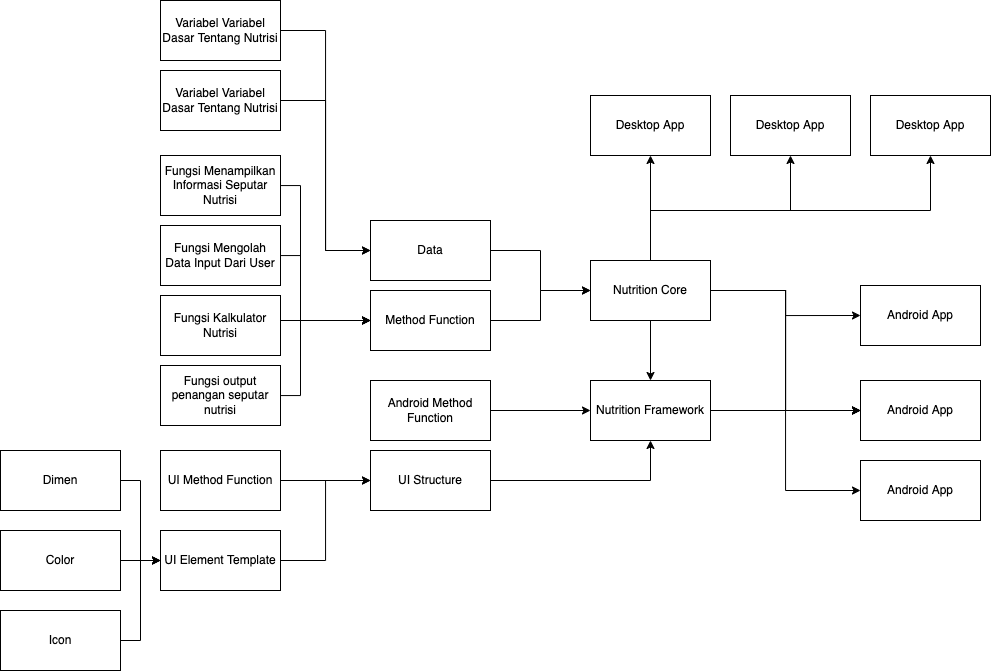
Before: docs/image/skeleton-component.png, a diagram exported from draw.io (amirisback/nutrition-framework). Source tidied: cells renumbered, new cells last; positions are measured from the earlier drawing's top-left corner, leaving out a move shared by most shapes.
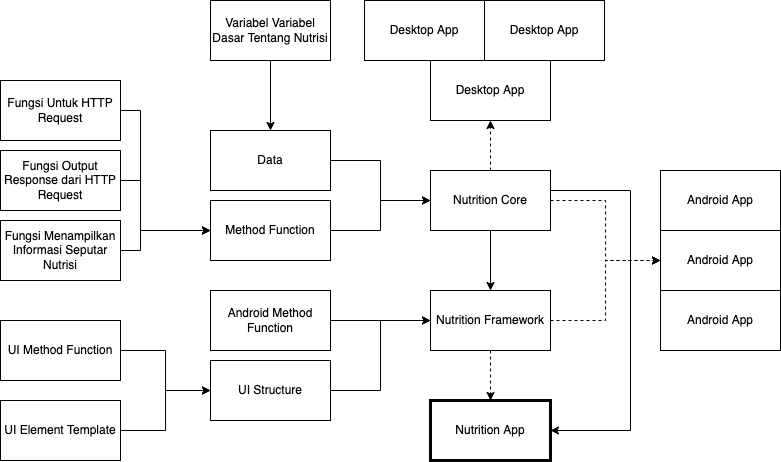
The same diagram one commit later.

Commit message:
update: structure sistem

Change to the diagram source:
```diff
@@ -5,69 +5,58 @@
     <mxCell id="2" style="edgeStyle=orthogonalEdgeStyle;rounded=0;jettySize=auto;html=1;" parent="1" edge="1" source="10" target="13">
       <mxGeometry relative="1" as="geometry" />
     </mxCell>
-    <mxCell id="3" style="edgeStyle=orthogonalEdgeStyle;rounded=0;jettySize=auto;html=1;entryX=0;entryY=0.5;entryDx=0;entryDy=0;" parent="1" edge="1" source="10" target="14">
-      <mxGeometry relative="1" as="geometry" />
-    </mxCell>
-    <mxCell id="4" style="edgeStyle=orthogonalEdgeStyle;rounded=0;jettySize=auto;html=1;entryX=0;entryY=0.5;entryDx=0;entryDy=0;" parent="1" edge="1" source="10" target="15">
-      <mxGeometry relative="1" as="geometry" />
-    </mxCell>
-    <mxCell id="5" style="edgeStyle=orthogonalEdgeStyle;rounded=0;jettySize=auto;html=1;entryX=0;entryY=0.5;entryDx=0;entryDy=0;" parent="1" edge="1" source="10" target="15">
-      <mxGeometry relative="1" as="geometry" />
-    </mxCell>
-    <mxCell id="6" style="edgeStyle=orthogonalEdgeStyle;rounded=0;jettySize=auto;html=1;entryX=0;entryY=0.5;entryDx=0;entryDy=0;" parent="1" edge="1" source="10" target="15">
-      <mxGeometry relative="1" as="geometry" />
-    </mxCell>
-    <mxCell id="7" style="edgeStyle=orthogonalEdgeStyle;rounded=0;jettySize=auto;html=1;entryX=0.5;entryY=1;entryDx=0;entryDy=0;" parent="1" edge="1" source="10" target="17">
-      <mxGeometry relative="1" as="geometry" />
-    </mxCell>
+    <mxCell id="51" style="edgeStyle=orthogonalEdgeStyle;rounded=0;jettySize=auto;html=1;entryX=0;entryY=0.5;entryDx=0;entryDy=0;dashed=1;" parent="1" edge="1" source="10" target="15">
+      <mxGeometry relative="1" as="geometry" />
+    </mxCell>
-    <mxCell id="8" style="edgeStyle=orthogonalEdgeStyle;rounded=0;jettySize=auto;html=1;entryX=0.5;entryY=1;entryDx=0;entryDy=0;" parent="1" edge="1" source="10" target="18">
-      <mxGeometry relative="1" as="geometry">
-        <Array as="points">
-          <mxPoint x="650" y="210" />
-          <mxPoint x="790" y="210" />
-        </Array>
-      </mxGeometry>
+    <mxCell id="8" style="edgeStyle=orthogonalEdgeStyle;rounded=0;jettySize=auto;html=1;entryX=0.5;entryY=1;entryDx=0;entryDy=0;dashed=1;" parent="1" edge="1" source="10" target="18">
+      <mxGeometry relative="1" as="geometry" />
     </mxCell>
-    <mxCell id="9" style="edgeStyle=orthogonalEdgeStyle;rounded=0;jettySize=auto;html=1;entryX=0.5;entryY=1;entryDx=0;entryDy=0;" parent="1" edge="1" source="10" target="19">
-      <mxGeometry relative="1" as="geometry">
-        <Array as="points">
-          <mxPoint x="650" y="210" />
-          <mxPoint x="930" y="210" />
-        </Array>
-      </mxGeometry>
-    </mxCell>
+    <mxCell id="52" style="edgeStyle=orthogonalEdgeStyle;rounded=0;jettySize=auto;html=1;entryX=1;entryY=0.5;entryDx=0;entryDy=0;exitX=1;exitY=0.25;exitDx=0;exitDy=0;" parent="1" edge="1" source="10" target="54">
+      <mxGeometry relative="1" as="geometry">
+        <Array as="points">
+          <mxPoint x="710" y="280" />
+          <mxPoint x="790" y="280" />
+          <mxPoint x="790" y="520" />
+        </Array>
+      </mxGeometry>
+    </mxCell>
-    <mxCell id="10" value="Nutrition Core" style="rounded=0;whiteSpace=wrap;html=1;" parent="1" vertex="1">
+    <mxCell id="10" value="Nutrition Core" style="rounded=0;whiteSpace=wrap;html=1;strokeWidth=1;" parent="1" vertex="1">
       <mxGeometry x="590" y="260" width="120" height="60" as="geometry" />
     </mxCell>
-    <mxCell id="11" style="edgeStyle=orthogonalEdgeStyle;rounded=0;jettySize=auto;html=1;entryX=0;entryY=0.5;entryDx=0;entryDy=0;" parent="1" edge="1" source="13" target="15">
+    <mxCell id="11" style="edgeStyle=orthogonalEdgeStyle;rounded=0;jettySize=auto;html=1;entryX=0;entryY=0.5;entryDx=0;entryDy=0;dashed=1;" parent="1" edge="1" source="13" target="15">
       <mxGeometry relative="1" as="geometry" />
     </mxCell>
-    <mxCell id="12" style="edgeStyle=orthogonalEdgeStyle;rounded=0;jettySize=auto;html=1;entryX=0;entryY=0.5;entryDx=0;entryDy=0;" parent="1" edge="1" source="13" target="16">
-      <mxGeometry relative="1" as="geometry" />
-    </mxCell>
+    <mxCell id="53" style="edgeStyle=orthogonalEdgeStyle;rounded=0;jettySize=auto;html=1;dashed=1;" parent="1" edge="1" source="13" target="54">
+      <mxGeometry relative="1" as="geometry" />
+    </mxCell>
     <mxCell id="13" value="Nutrition Framework" style="rounded=0;whiteSpace=wrap;html=1;" parent="1" vertex="1">
       <mxGeometry x="590" y="380" width="120" height="60" as="geometry" />
     </mxCell>
     <mxCell id="14" value="Android App" style="rounded=0;whiteSpace=wrap;html=1;" parent="1" vertex="1">
-      <mxGeometry x="860" y="285" width="120" height="60" as="geometry" />
+      <mxGeometry x="820" y="260" width="120" height="60" as="geometry" />
     </mxCell>
     <mxCell id="15" value="Android App" style="rounded=0;whiteSpace=wrap;html=1;" parent="1" vertex="1">
-      <mxGeometry x="860" y="380" width="120" height="60" as="geometry" />
+      <mxGeometry x="820" y="320" width="120" height="60" as="geometry" />
     </mxCell>
     <mxCell id="16" value="Android App" style="rounded=0;whiteSpace=wrap;html=1;" parent="1" vertex="1">
-      <mxGeometry x="860" y="460" width="120" height="60" as="geometry" />
+      <mxGeometry x="820" y="380" width="120" height="60" as="geometry" />
     </mxCell>
     <mxCell id="17" value="Desktop App" style="rounded=0;whiteSpace=wrap;html=1;" parent="1" vertex="1">
-      <mxGeometry x="590" y="95" width="120" height="60" as="geometry" />
+      <mxGeometry x="524" y="90" width="120" height="60" as="geometry" />
     </mxCell>
     <mxCell id="18" value="Desktop App" style="rounded=0;whiteSpace=wrap;html=1;" parent="1" vertex="1">
-      <mxGeometry x="730" y="95" width="120" height="60" as="geometry" />
+      <mxGeometry x="590" y="150" width="120" height="60" as="geometry" />
     </mxCell>
     <mxCell id="19" value="Desktop App" style="rounded=0;whiteSpace=wrap;html=1;" parent="1" vertex="1">
-      <mxGeometry x="870" y="95" width="120" height="60" as="geometry" />
+      <mxGeometry x="644" y="90" width="120" height="60" as="geometry" />
     </mxCell>
     <mxCell id="20" style="edgeStyle=orthogonalEdgeStyle;rounded=0;jettySize=auto;html=1;" parent="1" edge="1" source="21" target="13">
-      <mxGeometry relative="1" as="geometry" />
+      <mxGeometry relative="1" as="geometry">
+        <Array as="points">
+          <mxPoint x="540" y="480" />
+          <mxPoint x="540" y="410" />
+        </Array>
+      </mxGeometry>
     </mxCell>
     <mxCell id="21" value="UI Structure" style="rounded=0;whiteSpace=wrap;html=1;" parent="1" vertex="1">
       <mxGeometry x="370" y="450" width="120" height="60" as="geometry" />
@@ -90,94 +79,62 @@
     <mxCell id="27" value="Android Method Function" style="rounded=0;whiteSpace=wrap;html=1;" parent="1" vertex="1">
       <mxGeometry x="370" y="380" width="120" height="60" as="geometry" />
     </mxCell>
-    <mxCell id="28" style="edgeStyle=orthogonalEdgeStyle;rounded=0;jettySize=auto;html=1;entryX=0;entryY=0.5;entryDx=0;entryDy=0;" parent="1" edge="1" source="29" target="23">
+    <mxCell id="28" style="edgeStyle=orthogonalEdgeStyle;rounded=0;jettySize=auto;html=1;entryX=0.5;entryY=0;entryDx=0;entryDy=0;" parent="1" edge="1" source="29" target="23">
       <mxGeometry relative="1" as="geometry" />
     </mxCell>
     <mxCell id="29" value="Variabel Variabel Dasar Tentang Nutrisi" style="rounded=0;whiteSpace=wrap;html=1;" parent="1" vertex="1">
-      <mxGeometry x="160" width="120" height="60" as="geometry" />
+      <mxGeometry x="370" y="90" width="120" height="60" as="geometry" />
     </mxCell>
-    <mxCell id="30" style="edgeStyle=orthogonalEdgeStyle;rounded=0;jettySize=auto;html=1;entryX=0;entryY=0.5;entryDx=0;entryDy=0;" parent="1" edge="1" source="31" target="23">
-      <mxGeometry relative="1" as="geometry" />
-    </mxCell>
-    <mxCell id="31" value="Variabel Variabel Dasar Tentang Nutrisi" style="rounded=0;whiteSpace=wrap;html=1;" parent="1" vertex="1">
-      <mxGeometry x="160" y="70" width="120" height="60" as="geometry" />
-    </mxCell>
     <mxCell id="32" style="edgeStyle=orthogonalEdgeStyle;rounded=0;jettySize=auto;html=1;entryX=0;entryY=0.5;entryDx=0;entryDy=0;" parent="1" edge="1" source="33" target="21">
       <mxGeometry relative="1" as="geometry" />
     </mxCell>
     <mxCell id="33" value="UI Method Function" style="rounded=0;whiteSpace=wrap;html=1;" parent="1" vertex="1">
-      <mxGeometry x="160" y="450" width="120" height="60" as="geometry" />
+      <mxGeometry x="160" y="410" width="120" height="60" as="geometry" />
     </mxCell>
     <mxCell id="34" style="edgeStyle=orthogonalEdgeStyle;rounded=0;jettySize=auto;html=1;entryX=0;entryY=0.5;entryDx=0;entryDy=0;" parent="1" edge="1" source="35" target="21">
       <mxGeometry relative="1" as="geometry" />
     </mxCell>
     <mxCell id="35" value="UI Element Template" style="rounded=0;whiteSpace=wrap;html=1;" parent="1" vertex="1">
-      <mxGeometry x="160" y="530" width="120" height="60" as="geometry" />
+      <mxGeometry x="160" y="490" width="120" height="60" as="geometry" />
     </mxCell>
     <mxCell id="36" style="edgeStyle=orthogonalEdgeStyle;rounded=0;jettySize=auto;html=1;entryX=0;entryY=0.5;entryDx=0;entryDy=0;" parent="1" edge="1" source="37" target="25">
       <mxGeometry relative="1" as="geometry">
         <Array as="points">
-          <mxPoint x="300" y="185" />
+          <mxPoint x="300" y="200" />
           <mxPoint x="300" y="320" />
         </Array>
       </mxGeometry>
     </mxCell>
-    <mxCell id="37" value="Fungsi Menampilkan Informasi Seputar Nutrisi" style="rounded=0;whiteSpace=wrap;html=1;" parent="1" vertex="1">
-      <mxGeometry x="160" y="155" width="120" height="60" as="geometry" />
+    <mxCell id="37" value="Fungsi Untuk HTTP Request" style="rounded=0;whiteSpace=wrap;html=1;" parent="1" vertex="1">
+      <mxGeometry x="160" y="170" width="120" height="60" as="geometry" />
     </mxCell>
     <mxCell id="38" style="edgeStyle=orthogonalEdgeStyle;rounded=0;jettySize=auto;html=1;entryX=0;entryY=0.5;entryDx=0;entryDy=0;" parent="1" edge="1" source="39" target="25">
       <mxGeometry relative="1" as="geometry">
         <Array as="points">
-          <mxPoint x="300" y="255" />
+          <mxPoint x="300" y="270" />
           <mxPoint x="300" y="320" />
         </Array>
       </mxGeometry>
     </mxCell>
-    <mxCell id="39" value="Fungsi Mengolah Data Input Dari User" style="rounded=0;whiteSpace=wrap;html=1;" parent="1" vertex="1">
-      <mxGeometry x="160" y="225" width="120" height="60" as="geometry" />
+    <mxCell id="39" value="Fungsi Output Response dari HTTP Request" style="rounded=0;whiteSpace=wrap;html=1;" parent="1" vertex="1">
+      <mxGeometry x="160" y="240" width="120" height="60" as="geometry" />
     </mxCell>
     <mxCell id="40" style="edgeStyle=orthogonalEdgeStyle;rounded=0;jettySize=auto;html=1;entryX=0;entryY=0.5;entryDx=0;entryDy=0;" parent="1" edge="1" source="41" target="25">
       <mxGeometry relative="1" as="geometry">
         <Array as="points">
-          <mxPoint x="300" y="320" />
+          <mxPoint x="300" y="340" />
           <mxPoint x="300" y="320" />
         </Array>
       </mxGeometry>
     </mxCell>
-    <mxCell id="41" value="Fungsi Kalkulator Nutrisi" style="rounded=0;whiteSpace=wrap;html=1;" parent="1" vertex="1">
-      <mxGeometry x="160" y="295" width="120" height="60" as="geometry" />
+    <mxCell id="41" value="Fungsi Menampilkan Informasi Seputar Nutrisi" style="rounded=0;whiteSpace=wrap;html=1;" parent="1" vertex="1">
+      <mxGeometry x="160" y="310" width="120" height="60" as="geometry" />
     </mxCell>
-    <mxCell id="42" style="edgeStyle=orthogonalEdgeStyle;rounded=0;jettySize=auto;html=1;entryX=0;entryY=0.5;entryDx=0;entryDy=0;" parent="1" edge="1" source="43" target="25">
-      <mxGeometry relative="1" as="geometry">
-        <Array as="points">
-          <mxPoint x="300" y="395" />
-          <mxPoint x="300" y="320" />
-        </Array>
-      </mxGeometry>
-    </mxCell>
-    <mxCell id="43" value="Fungsi output penangan seputar nutrisi" style="rounded=0;whiteSpace=wrap;html=1;" parent="1" vertex="1">
-      <mxGeometry x="160" y="365" width="120" height="60" as="geometry" />
-    </mxCell>
-    <mxCell id="44" style="edgeStyle=orthogonalEdgeStyle;rounded=0;jettySize=auto;html=1;entryX=0;entryY=0.5;entryDx=0;entryDy=0;" parent="1" edge="1" source="45" target="35">
-      <mxGeometry relative="1" as="geometry" />
-    </mxCell>
-    <mxCell id="45" value="Color" style="rounded=0;whiteSpace=wrap;html=1;" parent="1" vertex="1">
-      <mxGeometry y="530" width="120" height="60" as="geometry" />
-    </mxCell>
-    <mxCell id="46" style="edgeStyle=orthogonalEdgeStyle;rounded=0;jettySize=auto;html=1;entryX=0;entryY=0.5;entryDx=0;entryDy=0;" parent="1" edge="1" source="47" target="35">
-      <mxGeometry relative="1" as="geometry" />
-    </mxCell>
-    <mxCell id="47" value="Icon" style="rounded=0;whiteSpace=wrap;html=1;" parent="1" vertex="1">
-      <mxGeometry y="610" width="120" height="60" as="geometry" />
-    </mxCell>
-    <mxCell id="48" style="edgeStyle=orthogonalEdgeStyle;rounded=0;jettySize=auto;html=1;entryX=0;entryY=0.5;entryDx=0;entryDy=0;" parent="1" edge="1" source="49" target="35">
-      <mxGeometry relative="1" as="geometry" />
-    </mxCell>
-    <mxCell id="49" value="Dimen" style="rounded=0;whiteSpace=wrap;html=1;" parent="1" vertex="1">
-      <mxGeometry y="450" width="120" height="60" as="geometry" />
-    </mxCell>
     <mxCell id="50" style="edgeStyle=orthogonalEdgeStyle;rounded=0;orthogonalLoop=1;jettySize=auto;html=1;exitX=0.5;exitY=1;exitDx=0;exitDy=0;" parent="1" edge="1" source="10" target="10">
       <mxGeometry relative="1" as="geometry" />
     </mxCell>
+    <mxCell id="54" value="Nutrition App" style="rounded=0;whiteSpace=wrap;html=1;strokeWidth=3;" parent="1" vertex="1">
+      <mxGeometry x="590" y="490" width="120" height="60" as="geometry" />
+    </mxCell>
   </root>
 </mxGraphModel>
```
